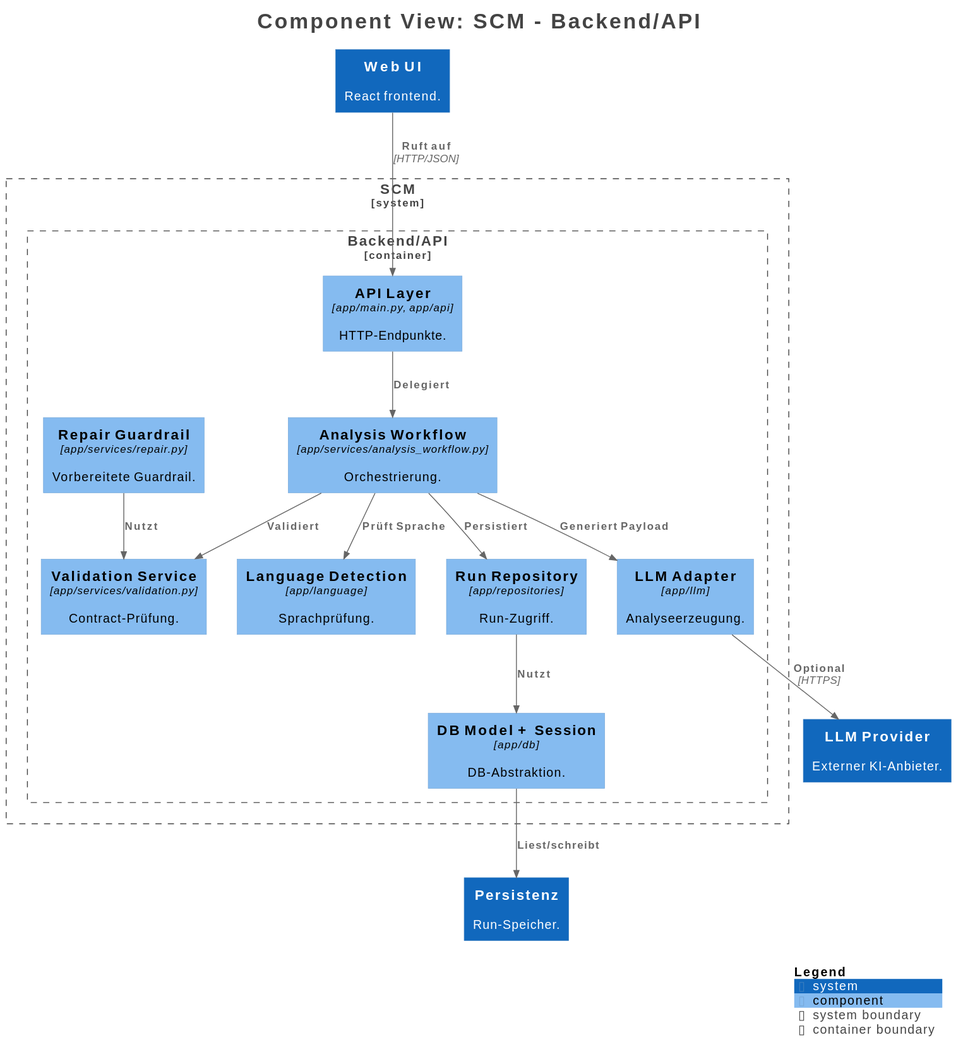
Above: docs/diagrams/rendered/c3-backend-components.svg in r0brt/scm-01 (PlantUML), before the change.
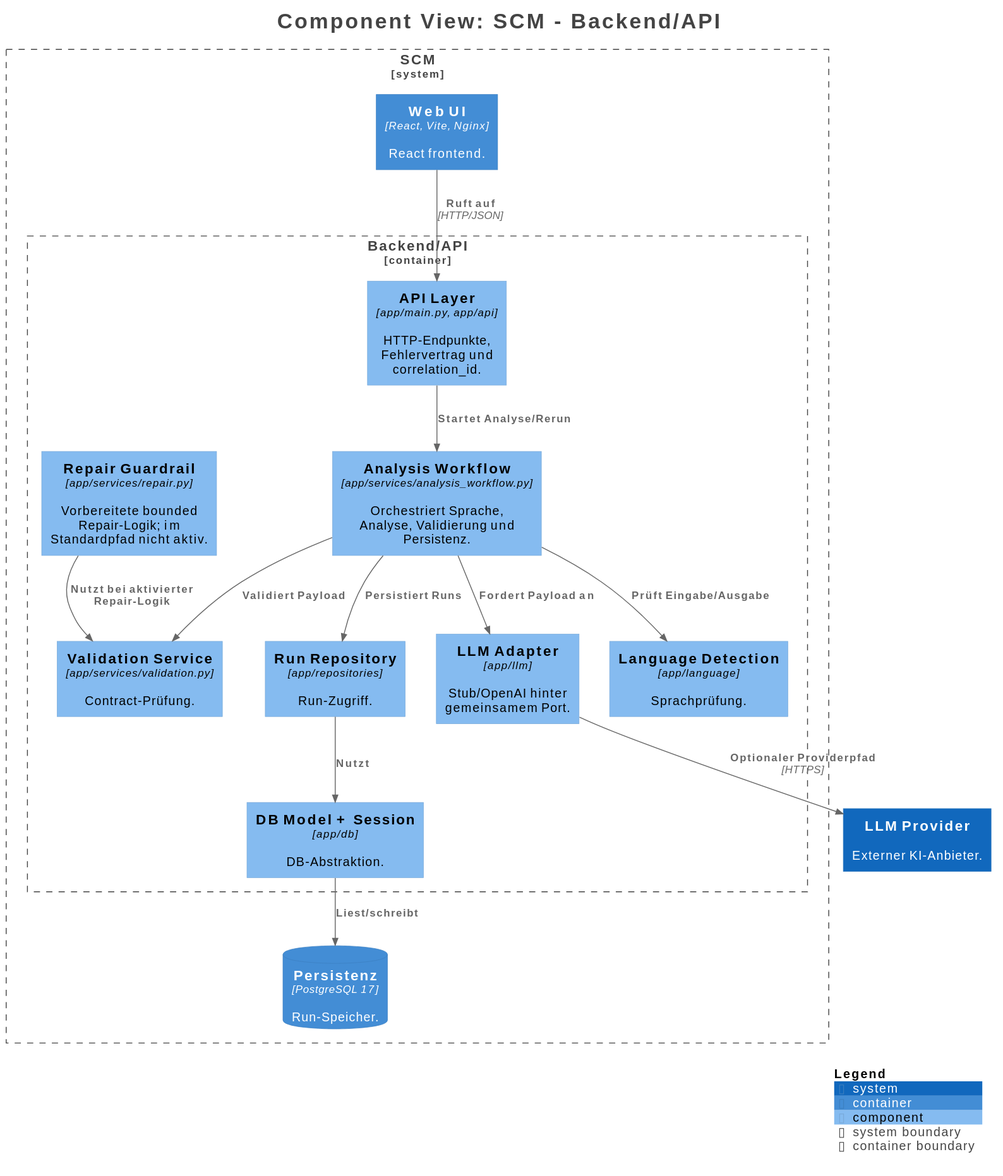
Above is the later version.

What changed in the source:
```diff
@@ -13,36 +13,37 @@
 
 !include <C4/C4>
 !include <C4/C4_Context>
+!include <C4/C4_Container>
 !include <C4/C4_Component>
 
-System(WebUI, "Web UI", $descr="React frontend.", $tags="", $link="")
 System(LLMProvider, "LLM Provider", $descr="Externer KI-Anbieter.", $tags="", $link="")
-System(Persistenz, "Persistenz", $descr="Run-Speicher.", $tags="", $link="")
 
 System_Boundary("SCM_boundary", "SCM", $tags="") {
   Container_Boundary("SCM.BackendAPI_boundary", "Backend/API", $tags="") {
-    Component(SCM.BackendAPI.LLMAdapter, "LLM Adapter", $techn="app/llm", $descr="Analyseerzeugung.", $tags="", $link="")
     Component(SCM.BackendAPI.RunRepository, "Run Repository", $techn="app/repositories", $descr="Run-Zugriff.", $tags="", $link="")
     Component(SCM.BackendAPI.DBModelSession, "DB Model + Session", $techn="app/db", $descr="DB-Abstraktion.", $tags="", $link="")
-    Component(SCM.BackendAPI.RepairGuardrail, "Repair Guardrail", $techn="app/services/repair.py", $descr="Vorbereitete Guardrail.", $tags="", $link="")
-    Component(SCM.BackendAPI.APILayer, "API Layer", $techn="app/main.py, app/api", $descr="HTTP-Endpunkte.", $tags="", $link="")
-    Component(SCM.BackendAPI.AnalysisWorkflow, "Analysis Workflow", $techn="app/services/analysis_workflow.py", $descr="Orchestrierung.", $tags="", $link="")
+    Component(SCM.BackendAPI.RepairGuardrail, "Repair Guardrail", $techn="app/services/repair.py", $descr="Vorbereitete bounded Repair-Logik; im Standardpfad nicht aktiv.", $tags="", $link="")
+    Component(SCM.BackendAPI.APILayer, "API Layer", $techn="app/main.py, app/api", $descr="HTTP-Endpunkte, Fehlervertrag und correlation_id.", $tags="", $link="")
+    Component(SCM.BackendAPI.AnalysisWorkflow, "Analysis Workflow", $techn="app/services/analysis_workflow.py", $descr="Orchestriert Sprache, Analyse, Validierung und Persistenz.", $tags="", $link="")
     Component(SCM.BackendAPI.LanguageDetection, "Language Detection", $techn="app/language", $descr="Sprachprüfung.", $tags="", $link="")
     Component(SCM.BackendAPI.ValidationService, "Validation Service", $techn="app/services/validation.py", $descr="Contract-Prüfung.", $tags="", $link="")
+    Component(SCM.BackendAPI.LLMAdapter, "LLM Adapter", $techn="app/llm", $descr="Stub/OpenAI hinter gemeinsamem Port.", $tags="", $link="")
   }
 
+  ContainerDb(SCM.Persistenz, "Persistenz", $techn="PostgreSQL 17", $descr="Run-Speicher.", $tags="", $link="")
+  Container(SCM.WebUI, "Web UI", $techn="React, Vite, Nginx", $descr="React frontend.", $tags="", $link="")
 }
 
-Rel(WebUI, SCM.BackendAPI.APILayer, "Ruft auf", $techn="HTTP/JSON", $tags="", $link="")
-Rel(SCM.BackendAPI.APILayer, SCM.BackendAPI.AnalysisWorkflow, "Delegiert", $techn="", $tags="", $link="")
-Rel(SCM.BackendAPI.AnalysisWorkflow, SCM.BackendAPI.LanguageDetection, "Prüft Sprache", $techn="", $tags="", $link="")
-Rel(SCM.BackendAPI.AnalysisWorkflow, SCM.BackendAPI.LLMAdapter, "Generiert Payload", $techn="", $tags="", $link="")
-Rel(SCM.BackendAPI.AnalysisWorkflow, SCM.BackendAPI.ValidationService, "Validiert", $techn="", $tags="", $link="")
-Rel(SCM.BackendAPI.AnalysisWorkflow, SCM.BackendAPI.RunRepository, "Persistiert", $techn="", $tags="", $link="")
-Rel(SCM.BackendAPI.RepairGuardrail, SCM.BackendAPI.ValidationService, "Nutzt", $techn="", $tags="", $link="")
+Rel(SCM.WebUI, SCM.BackendAPI.APILayer, "Ruft auf", $techn="HTTP/JSON", $tags="", $link="")
+Rel(SCM.BackendAPI.APILayer, SCM.BackendAPI.AnalysisWorkflow, "Startet Analyse/Rerun", $techn="", $tags="", $link="")
+Rel(SCM.BackendAPI.AnalysisWorkflow, SCM.BackendAPI.LanguageDetection, "Prüft Eingabe/Ausgabe", $techn="", $tags="", $link="")
+Rel(SCM.BackendAPI.AnalysisWorkflow, SCM.BackendAPI.LLMAdapter, "Fordert Payload an", $techn="", $tags="", $link="")
+Rel(SCM.BackendAPI.AnalysisWorkflow, SCM.BackendAPI.ValidationService, "Validiert Payload", $techn="", $tags="", $link="")
+Rel(SCM.BackendAPI.AnalysisWorkflow, SCM.BackendAPI.RunRepository, "Persistiert Runs", $techn="", $tags="", $link="")
+Rel(SCM.BackendAPI.RepairGuardrail, SCM.BackendAPI.ValidationService, "Nutzt bei aktivierter Repair-Logik", $techn="", $tags="", $link="")
 Rel(SCM.BackendAPI.RunRepository, SCM.BackendAPI.DBModelSession, "Nutzt", $techn="", $tags="", $link="")
-Rel(SCM.BackendAPI.DBModelSession, Persistenz, "Liest/schreibt", $techn="", $tags="", $link="")
-Rel(SCM.BackendAPI.LLMAdapter, LLMProvider, "Optional", $techn="HTTPS", $tags="", $link="")
+Rel(SCM.BackendAPI.DBModelSession, SCM.Persistenz, "Liest/schreibt", $techn="", $tags="", $link="")
+Rel(SCM.BackendAPI.LLMAdapter, LLMProvider, "Optionaler Providerpfad", $techn="HTTPS", $tags="", $link="")
 
 SHOW_LEGEND(true)
 hide stereotypes
```
